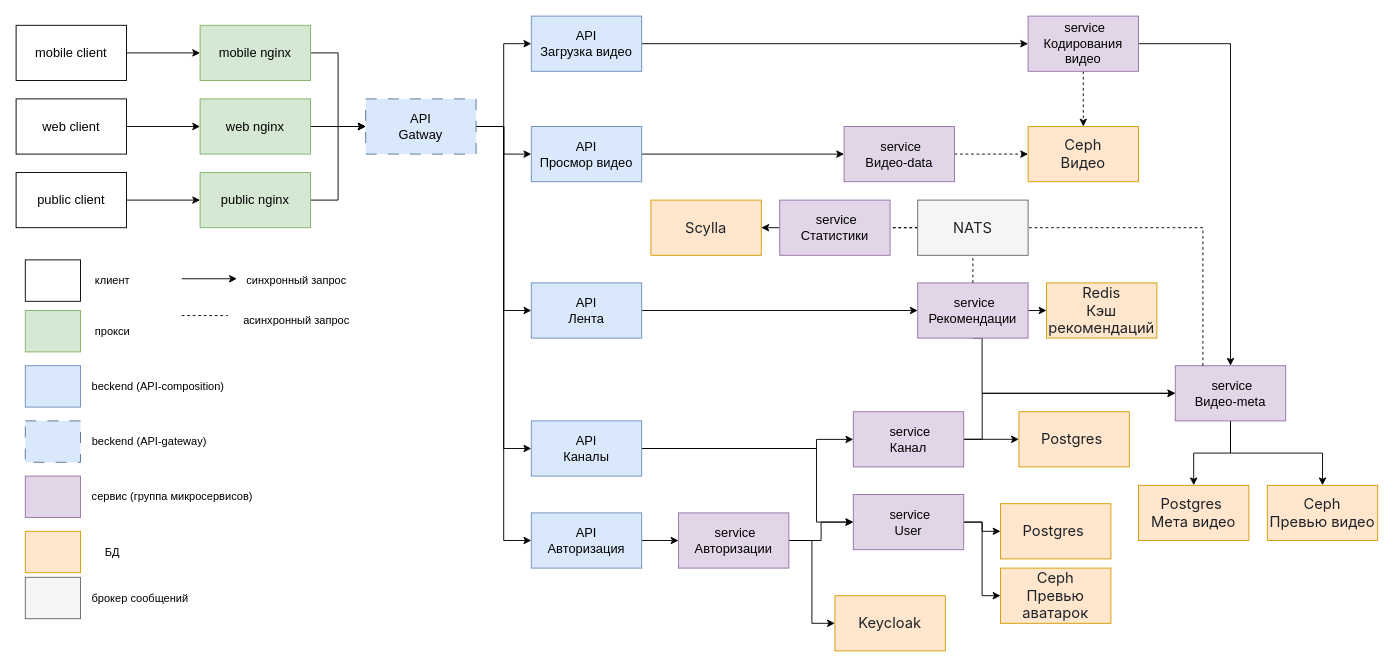
Earlier version of the draw.io diagram Схема проекта.drawio (CakeForKit/vk-ed-highload). Source tidied: cells renumbered, new cells numbered last; positions are measured from the earlier drawing's top-left corner, leaving out a move shared by most shapes. Both pictures are drawn from the tidied source at 92%, with x=0, y=0 at pixel (16, 16).
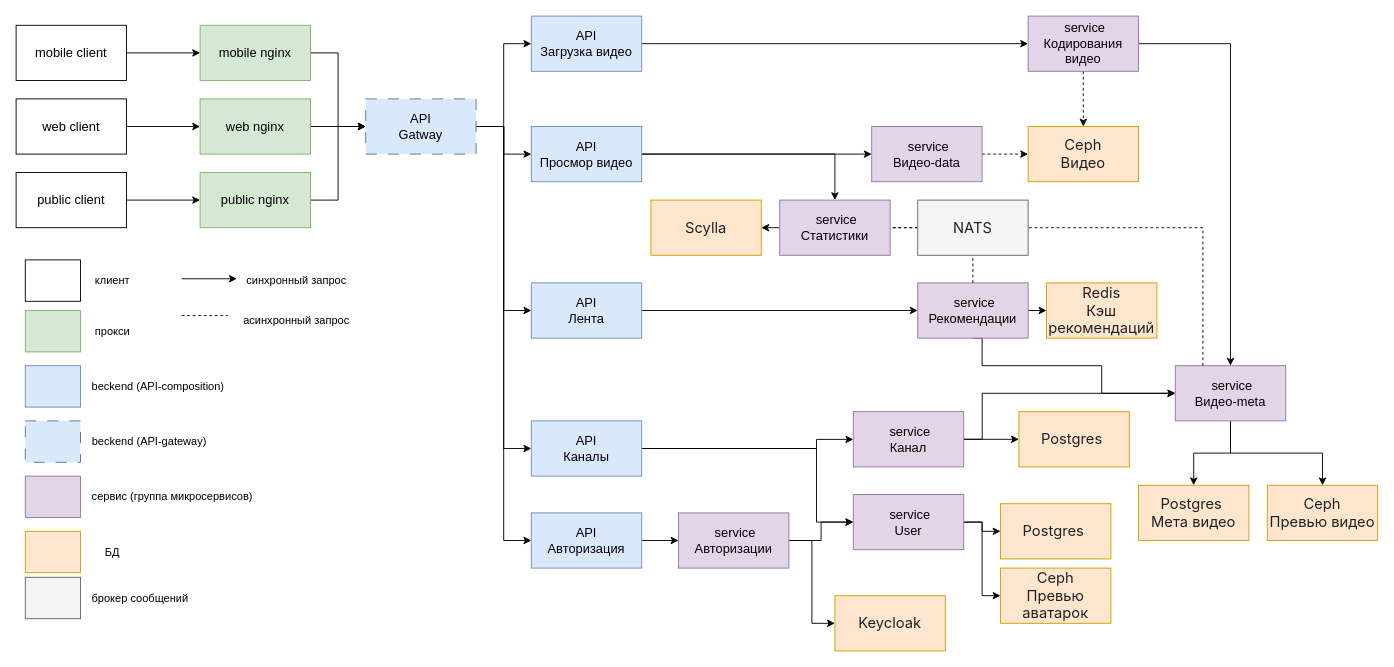
The same diagram, later.

Commit message (it also covers changes not shown here):
5. Логическая схема данных - Неполные правки

The change refers to these unchanged cells:
```xml
<mxCell id="16" value="&amp;nbsp;service&lt;div&gt;Рекомендации&lt;/div&gt;" style="rounded=0;whiteSpace=wrap;html=1;fontSize=14;fillColor=#e1d5e7;strokeColor=#9673a6;" parent="1" vertex="1">
  <mxGeometry x="980" y="290" width="120" height="60" as="geometry" />
</mxCell>
<mxCell id="19" value="&amp;nbsp;service&lt;div&gt;Видео-meta&lt;/div&gt;" style="rounded=0;whiteSpace=wrap;html=1;fontSize=14;fillColor=#e1d5e7;strokeColor=#9673a6;" parent="1" vertex="1">
  <mxGeometry x="1260" y="380" width="120" height="60" as="geometry" />
</mxCell>
<mxCell id="26" value="&amp;nbsp;service&lt;div&gt;Статистики&lt;/div&gt;" style="rounded=0;whiteSpace=wrap;html=1;fontSize=14;fillColor=#e1d5e7;strokeColor=#9673a6;" parent="1" vertex="1">
  <mxGeometry x="830" y="200" width="120" height="60" as="geometry" />
</mxCell>
<mxCell id="29" value="API&lt;div&gt;Просмор видео&lt;/div&gt;" style="rounded=0;whiteSpace=wrap;html=1;fontSize=14;fillColor=#dae8fc;strokeColor=#6c8ebf;" parent="1" vertex="1">
  <mxGeometry x="560" y="120" width="120" height="60" as="geometry" />
</mxCell>
```

What changed in the source:
```diff
@@
     <mxCell id="13" style="edgeStyle=orthogonalEdgeStyle;rounded=0;jettySize=auto;html=1;exitX=0.5;exitY=1;exitDx=0;exitDy=0;entryX=0;entryY=0.5;entryDx=0;entryDy=0;" parent="1" edge="1" source="16" target="19">
       <mxGeometry relative="1" as="geometry">
         <Array as="points">
-          <mxPoint x="1050" y="350.1" />
-          <mxPoint x="1050" y="410.1" />
+          <mxPoint x="1050" y="350" />
+          <mxPoint x="1050" y="380" />
+          <mxPoint x="1180" y="380" />
+          <mxPoint x="1180" y="410" />
         </Array>
       </mxGeometry>
     </mxCell>
@@
     <mxCell id="21" value="&amp;nbsp;service&lt;div&gt;Видео-data&lt;/div&gt;" style="rounded=0;whiteSpace=wrap;html=1;fontSize=14;fillColor=#e1d5e7;strokeColor=#9673a6;" parent="1" vertex="1">
-      <mxGeometry x="900" y="120" width="120" height="60" as="geometry" />
+      <mxGeometry x="930" y="120" width="120" height="60" as="geometry" />
     </mxCell>
@@
+    <mxCell id="85" style="edgeStyle=orthogonalEdgeStyle;rounded=0;jettySize=auto;html=1;exitX=1;exitY=0.5;exitDx=0;exitDy=0;entryX=0.5;entryY=0;entryDx=0;entryDy=0;" parent="1" edge="1" source="29" target="26">
+      <mxGeometry relative="1" as="geometry" />
+    </mxCell>
```
